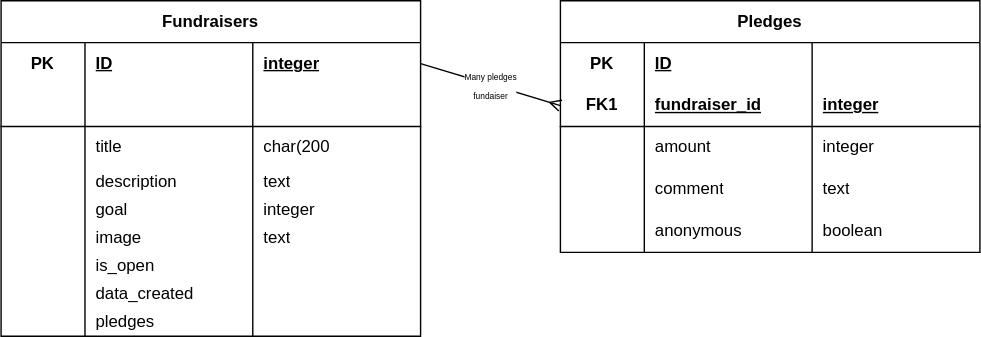
Before: database.drawio.svg, a diagram exported from draw.io (alism3/crowdfunding_backend). Source tidied: cells renumbered, new cells last; positions are measured from the earlier drawing's top-left corner, leaving out a move shared by most shapes.
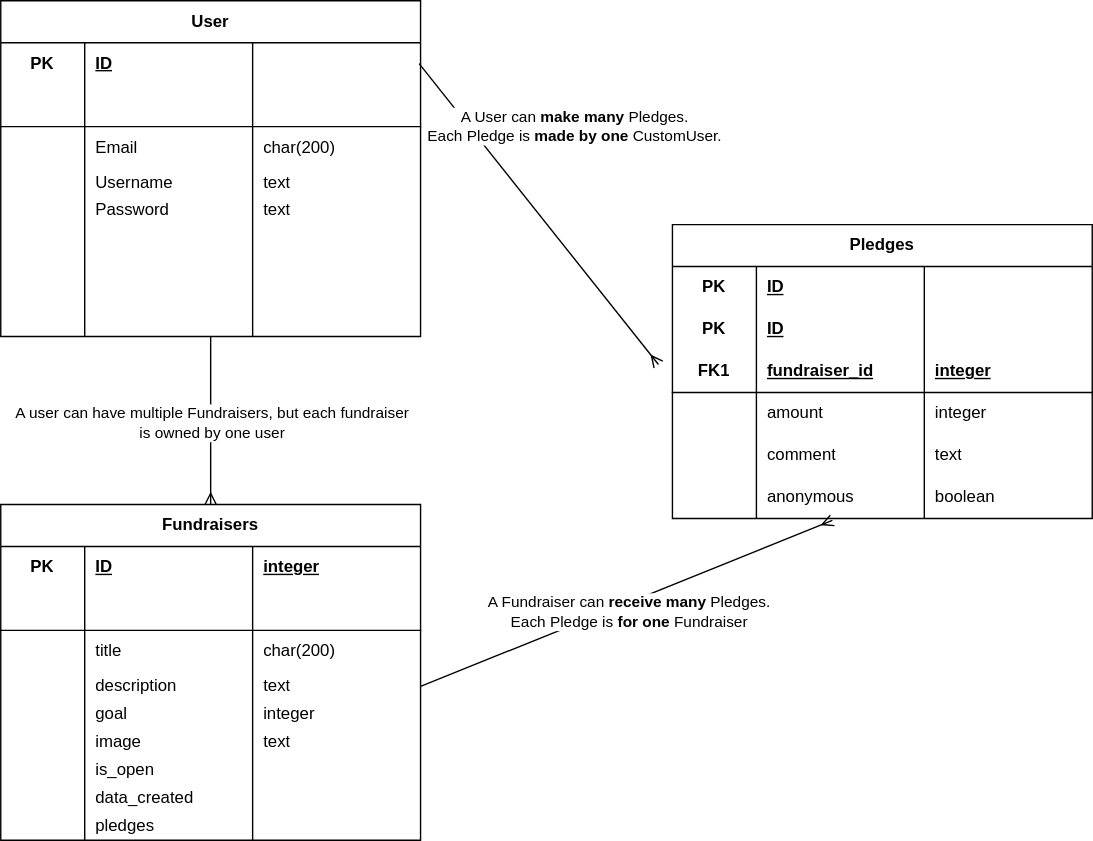
Later version of the same file.

Diff of the diagram source:
```diff
@@ -4,3 +4,3 @@
     <mxCell id="1" parent="0" />
-    <mxCell id="2" value="Fundraisers" style="shape=table;startSize=30;rowLines=0;fontStyle=1;align=center;html=1;whiteSpace=wrap;" parent="1" vertex="1">
+    <mxCell id="2" value="User" style="shape=table;startSize=30;rowLines=0;fontStyle=1;align=center;html=1;whiteSpace=wrap;" parent="1" vertex="1">
       <mxGeometry width="300" height="240" as="geometry" />
@@ -16,3 +16,3 @@
     </mxCell>
-    <mxCell id="6" value="integer" style="shape=partialRectangle;fillColor=none;top=0;left=0;bottom=0;right=0;align=left;spacingLeft=6;fontStyle=5;overflow=hidden;html=1;whiteSpace=wrap;" parent="3" vertex="1">
+    <mxCell id="6" style="shape=partialRectangle;fillColor=none;top=0;left=0;bottom=0;right=0;align=left;spacingLeft=6;fontStyle=5;overflow=hidden;html=1;whiteSpace=wrap;" parent="3" vertex="1">
       <mxGeometry x="180" width="120" height="30" as="geometry" />
@@ -37,6 +37,6 @@
     </mxCell>
-    <mxCell id="13" value="title" style="shape=partialRectangle;fillColor=none;top=0;left=0;bottom=0;right=0;align=left;spacingLeft=6;overflow=hidden;html=1;whiteSpace=wrap;" parent="11" vertex="1">
+    <mxCell id="13" value="Email" style="shape=partialRectangle;fillColor=none;top=0;left=0;bottom=0;right=0;align=left;spacingLeft=6;overflow=hidden;html=1;whiteSpace=wrap;" parent="11" vertex="1">
       <mxGeometry x="60" width="120" height="30" as="geometry" />
     </mxCell>
-    <mxCell id="14" value="char(200" style="shape=partialRectangle;fillColor=none;top=0;left=0;bottom=0;right=0;align=left;spacingLeft=6;overflow=hidden;html=1;whiteSpace=wrap;" parent="11" vertex="1">
+    <mxCell id="14" value="char(200)" style="shape=partialRectangle;fillColor=none;top=0;left=0;bottom=0;right=0;align=left;spacingLeft=6;overflow=hidden;html=1;whiteSpace=wrap;" parent="11" vertex="1">
       <mxGeometry x="180" width="120" height="30" as="geometry" />
@@ -49,3 +49,3 @@
     </mxCell>
-    <mxCell id="17" value="description" style="shape=partialRectangle;fillColor=none;top=0;left=0;bottom=0;right=0;align=left;spacingLeft=6;overflow=hidden;html=1;whiteSpace=wrap;" parent="15" vertex="1">
+    <mxCell id="17" value="Username" style="shape=partialRectangle;fillColor=none;top=0;left=0;bottom=0;right=0;align=left;spacingLeft=6;overflow=hidden;html=1;whiteSpace=wrap;" parent="15" vertex="1">
       <mxGeometry x="60" width="120" height="20" as="geometry" />
@@ -61,6 +61,6 @@
     </mxCell>
-    <mxCell id="21" value="goal" style="shape=partialRectangle;fillColor=none;top=0;left=0;bottom=0;right=0;align=left;spacingLeft=6;overflow=hidden;html=1;whiteSpace=wrap;" parent="19" vertex="1">
+    <mxCell id="21" value="Password" style="shape=partialRectangle;fillColor=none;top=0;left=0;bottom=0;right=0;align=left;spacingLeft=6;overflow=hidden;html=1;whiteSpace=wrap;" parent="19" vertex="1">
       <mxGeometry x="60" width="120" height="20" as="geometry" />
     </mxCell>
-    <mxCell id="22" value="integer" style="shape=partialRectangle;fillColor=none;top=0;left=0;bottom=0;right=0;align=left;spacingLeft=6;overflow=hidden;html=1;whiteSpace=wrap;" parent="19" vertex="1">
+    <mxCell id="22" value="text" style="shape=partialRectangle;fillColor=none;top=0;left=0;bottom=0;right=0;align=left;spacingLeft=6;overflow=hidden;html=1;whiteSpace=wrap;" parent="19" vertex="1">
       <mxGeometry x="180" width="120" height="20" as="geometry" />
@@ -73,6 +73,6 @@
     </mxCell>
-    <mxCell id="25" value="image" style="shape=partialRectangle;fillColor=none;top=0;left=0;bottom=0;right=0;align=left;spacingLeft=6;overflow=hidden;html=1;whiteSpace=wrap;" parent="23" vertex="1">
+    <mxCell id="25" style="shape=partialRectangle;fillColor=none;top=0;left=0;bottom=0;right=0;align=left;spacingLeft=6;overflow=hidden;html=1;whiteSpace=wrap;" parent="23" vertex="1">
       <mxGeometry x="60" width="120" height="20" as="geometry" />
     </mxCell>
-    <mxCell id="26" value="text" style="shape=partialRectangle;fillColor=none;top=0;left=0;bottom=0;right=0;align=left;spacingLeft=6;overflow=hidden;html=1;whiteSpace=wrap;" parent="23" vertex="1">
+    <mxCell id="26" style="shape=partialRectangle;fillColor=none;top=0;left=0;bottom=0;right=0;align=left;spacingLeft=6;overflow=hidden;html=1;whiteSpace=wrap;" parent="23" vertex="1">
       <mxGeometry x="180" width="120" height="20" as="geometry" />
@@ -85,3 +85,3 @@
     </mxCell>
-    <mxCell id="29" value="is_open" style="shape=partialRectangle;fillColor=none;top=0;left=0;bottom=0;right=0;align=left;spacingLeft=6;overflow=hidden;html=1;whiteSpace=wrap;" parent="27" vertex="1">
+    <mxCell id="29" style="shape=partialRectangle;fillColor=none;top=0;left=0;bottom=0;right=0;align=left;spacingLeft=6;overflow=hidden;html=1;whiteSpace=wrap;" parent="27" vertex="1">
       <mxGeometry x="60" width="120" height="20" as="geometry" />
@@ -97,3 +97,3 @@
     </mxCell>
-    <mxCell id="33" value="data_created" style="shape=partialRectangle;fillColor=none;top=0;left=0;bottom=0;right=0;align=left;spacingLeft=6;overflow=hidden;html=1;whiteSpace=wrap;" parent="31" vertex="1">
+    <mxCell id="33" style="shape=partialRectangle;fillColor=none;top=0;left=0;bottom=0;right=0;align=left;spacingLeft=6;overflow=hidden;html=1;whiteSpace=wrap;" parent="31" vertex="1">
       <mxGeometry x="60" width="120" height="20" as="geometry" />
@@ -109,3 +109,3 @@
     </mxCell>
-    <mxCell id="37" value="pledges" style="shape=partialRectangle;fillColor=none;top=0;left=0;bottom=0;right=0;align=left;spacingLeft=6;overflow=hidden;html=1;whiteSpace=wrap;" parent="35" vertex="1">
+    <mxCell id="37" style="shape=partialRectangle;fillColor=none;top=0;left=0;bottom=0;right=0;align=left;spacingLeft=6;overflow=hidden;html=1;whiteSpace=wrap;" parent="35" vertex="1">
       <mxGeometry x="60" width="120" height="20" as="geometry" />
@@ -115,7 +115,150 @@
     </mxCell>
+    <mxCell id="60" value="A User can &lt;strong&gt;make many&lt;/strong&gt; Pledges.&lt;div&gt;&amp;nbsp;Each Pledge is &lt;strong&gt;made by one&lt;/strong&gt; CustomUser.&lt;/div&gt;" style="edgeStyle=none;html=1;exitX=1;exitY=0.5;exitDx=0;exitDy=0;endArrow=ERmany;endFill=0;" parent="1" edge="1">
+      <mxGeometry x="-0.24" y="59" relative="1" as="geometry">
+        <mxPoint x="299" y="45" as="sourcePoint" />
+        <mxPoint x="470" y="260" as="targetPoint" />
+      </mxGeometry>
+    </mxCell>
+    <mxCell id="61" style="edgeStyle=none;html=1;exitX=0.5;exitY=0;exitDx=0;exitDy=0;endArrow=none;endFill=0;startArrow=ERmany;startFill=0;" parent="1" edge="1" source="63" target="35">
+      <mxGeometry relative="1" as="geometry" />
+    </mxCell>
+    <mxCell id="62" value="A user can have multiple Fundraisers, but each fundraiser&lt;div&gt;is owned by one user&lt;/div&gt;" style="edgeLabel;html=1;align=center;verticalAlign=middle;" parent="61" vertex="1">
+      <mxGeometry x="-0.02" relative="1" as="geometry" />
+    </mxCell>
+    <mxCell id="63" value="Fundraisers" style="shape=table;startSize=30;rowLines=0;fontStyle=1;align=center;html=1;whiteSpace=wrap;" parent="1" vertex="1">
+      <mxGeometry y="360" width="300" height="240" as="geometry" />
+    </mxCell>
+    <mxCell id="64" style="shape=tableRow;horizontal=0;startSize=0;swimlaneHead=0;swimlaneBody=0;fillColor=none;top=0;left=0;right=0;bottom=0;html=1;" parent="63" vertex="1">
+      <mxGeometry y="30" width="300" height="30" as="geometry" />
+    </mxCell>
+    <mxCell id="65" value="PK" style="shape=partialRectangle;fillColor=none;top=0;left=0;bottom=0;right=0;fontStyle=1;overflow=hidden;html=1;whiteSpace=wrap;" parent="64" vertex="1">
+      <mxGeometry width="60" height="30" as="geometry" />
+    </mxCell>
+    <mxCell id="66" value="ID" style="shape=partialRectangle;fillColor=none;top=0;left=0;bottom=0;right=0;align=left;spacingLeft=6;fontStyle=5;overflow=hidden;html=1;whiteSpace=wrap;" parent="64" vertex="1">
+      <mxGeometry x="60" width="120" height="30" as="geometry" />
+    </mxCell>
+    <mxCell id="67" value="integer" style="shape=partialRectangle;fillColor=none;top=0;left=0;bottom=0;right=0;align=left;spacingLeft=6;fontStyle=5;overflow=hidden;html=1;whiteSpace=wrap;" parent="64" vertex="1">
+      <mxGeometry x="180" width="120" height="30" as="geometry" />
+    </mxCell>
+    <mxCell id="68" style="shape=tableRow;horizontal=0;startSize=0;swimlaneHead=0;swimlaneBody=0;fillColor=none;top=0;left=0;right=0;bottom=1;html=1;" parent="63" vertex="1">
+      <mxGeometry y="60" width="300" height="30" as="geometry" />
+    </mxCell>
+    <mxCell id="69" style="shape=partialRectangle;fillColor=none;top=0;left=0;bottom=0;right=0;fontStyle=1;overflow=hidden;html=1;whiteSpace=wrap;" parent="68" vertex="1">
+      <mxGeometry width="60" height="30" as="geometry" />
+    </mxCell>
+    <mxCell id="70" style="shape=partialRectangle;fillColor=none;top=0;left=0;bottom=0;right=0;align=left;spacingLeft=6;fontStyle=5;overflow=hidden;html=1;whiteSpace=wrap;" parent="68" vertex="1">
+      <mxGeometry x="60" width="120" height="30" as="geometry" />
+    </mxCell>
+    <mxCell id="71" style="shape=partialRectangle;fillColor=none;top=0;left=0;bottom=0;right=0;align=left;spacingLeft=6;fontStyle=5;overflow=hidden;html=1;whiteSpace=wrap;" parent="68" vertex="1">
+      <mxGeometry x="180" width="120" height="30" as="geometry" />
+    </mxCell>
+    <mxCell id="72" style="shape=tableRow;horizontal=0;startSize=0;swimlaneHead=0;swimlaneBody=0;fillColor=none;top=0;left=0;right=0;bottom=0;html=1;" parent="63" vertex="1">
+      <mxGeometry y="90" width="300" height="30" as="geometry" />
+    </mxCell>
+    <mxCell id="73" style="shape=partialRectangle;fillColor=none;top=0;left=0;bottom=0;right=0;overflow=hidden;html=1;whiteSpace=wrap;" parent="72" vertex="1">
+      <mxGeometry width="60" height="30" as="geometry" />
+    </mxCell>
+    <mxCell id="74" value="title" style="shape=partialRectangle;fillColor=none;top=0;left=0;bottom=0;right=0;align=left;spacingLeft=6;overflow=hidden;html=1;whiteSpace=wrap;" parent="72" vertex="1">
+      <mxGeometry x="60" width="120" height="30" as="geometry" />
+    </mxCell>
+    <mxCell id="75" value="char(200)" style="shape=partialRectangle;fillColor=none;top=0;left=0;bottom=0;right=0;align=left;spacingLeft=6;overflow=hidden;html=1;whiteSpace=wrap;" parent="72" vertex="1">
+      <mxGeometry x="180" width="120" height="30" as="geometry" />
+    </mxCell>
+    <mxCell id="76" style="shape=tableRow;horizontal=0;startSize=0;swimlaneHead=0;swimlaneBody=0;fillColor=none;points=[[0,0.5],[1,0.5]];portConstraint=eastwest;top=0;left=0;right=0;bottom=0;html=1;" parent="63" vertex="1">
+      <mxGeometry y="120" width="300" height="20" as="geometry" />
+    </mxCell>
+    <mxCell id="77" style="shape=partialRectangle;fillColor=none;top=0;left=0;bottom=0;right=0;overflow=hidden;html=1;whiteSpace=wrap;" parent="76" vertex="1">
+      <mxGeometry width="60" height="20" as="geometry" />
+    </mxCell>
+    <mxCell id="78" value="description" style="shape=partialRectangle;fillColor=none;top=0;left=0;bottom=0;right=0;align=left;spacingLeft=6;overflow=hidden;html=1;whiteSpace=wrap;" parent="76" vertex="1">
+      <mxGeometry x="60" width="120" height="20" as="geometry" />
+    </mxCell>
+    <mxCell id="79" value="text" style="shape=partialRectangle;fillColor=none;top=0;left=0;bottom=0;right=0;align=left;spacingLeft=6;overflow=hidden;html=1;whiteSpace=wrap;" parent="76" vertex="1">
+      <mxGeometry x="180" width="120" height="20" as="geometry" />
+    </mxCell>
+    <mxCell id="80" style="shape=tableRow;horizontal=0;startSize=0;swimlaneHead=0;swimlaneBody=0;fillColor=none;top=0;left=0;right=0;bottom=0;html=1;" parent="63" vertex="1">
+      <mxGeometry y="140" width="300" height="20" as="geometry" />
+    </mxCell>
+    <mxCell id="81" style="shape=partialRectangle;fillColor=none;top=0;left=0;bottom=0;right=0;overflow=hidden;html=1;whiteSpace=wrap;" parent="80" vertex="1">
+      <mxGeometry width="60" height="20" as="geometry" />
+    </mxCell>
+    <mxCell id="82" value="goal" style="shape=partialRectangle;fillColor=none;top=0;left=0;bottom=0;right=0;align=left;spacingLeft=6;overflow=hidden;html=1;whiteSpace=wrap;" parent="80" vertex="1">
+      <mxGeometry x="60" width="120" height="20" as="geometry" />
+    </mxCell>
+    <mxCell id="83" value="integer" style="shape=partialRectangle;fillColor=none;top=0;left=0;bottom=0;right=0;align=left;spacingLeft=6;overflow=hidden;html=1;whiteSpace=wrap;" parent="80" vertex="1">
+      <mxGeometry x="180" width="120" height="20" as="geometry" />
+    </mxCell>
+    <mxCell id="84" style="shape=tableRow;horizontal=0;startSize=0;swimlaneHead=0;swimlaneBody=0;fillColor=none;top=0;left=0;right=0;bottom=0;html=1;" parent="63" vertex="1">
+      <mxGeometry y="160" width="300" height="20" as="geometry" />
+    </mxCell>
+    <mxCell id="85" style="shape=partialRectangle;fillColor=none;top=0;left=0;bottom=0;right=0;overflow=hidden;html=1;whiteSpace=wrap;" parent="84" vertex="1">
+      <mxGeometry width="60" height="20" as="geometry" />
+    </mxCell>
+    <mxCell id="86" value="image" style="shape=partialRectangle;fillColor=none;top=0;left=0;bottom=0;right=0;align=left;spacingLeft=6;overflow=hidden;html=1;whiteSpace=wrap;" parent="84" vertex="1">
+      <mxGeometry x="60" width="120" height="20" as="geometry" />
+    </mxCell>
+    <mxCell id="87" value="text" style="shape=partialRectangle;fillColor=none;top=0;left=0;bottom=0;right=0;align=left;spacingLeft=6;overflow=hidden;html=1;whiteSpace=wrap;" parent="84" vertex="1">
+      <mxGeometry x="180" width="120" height="20" as="geometry" />
+    </mxCell>
+    <mxCell id="88" style="shape=tableRow;horizontal=0;startSize=0;swimlaneHead=0;swimlaneBody=0;fillColor=none;top=0;left=0;right=0;bottom=0;html=1;" parent="63" vertex="1">
+      <mxGeometry y="180" width="300" height="20" as="geometry" />
+    </mxCell>
+    <mxCell id="89" style="shape=partialRectangle;fillColor=none;top=0;left=0;bottom=0;right=0;overflow=hidden;html=1;whiteSpace=wrap;" parent="88" vertex="1">
+      <mxGeometry width="60" height="20" as="geometry" />
+    </mxCell>
+    <mxCell id="90" value="is_open" style="shape=partialRectangle;fillColor=none;top=0;left=0;bottom=0;right=0;align=left;spacingLeft=6;overflow=hidden;html=1;whiteSpace=wrap;" parent="88" vertex="1">
+      <mxGeometry x="60" width="120" height="20" as="geometry" />
+    </mxCell>
+    <mxCell id="91" style="shape=partialRectangle;fillColor=none;top=0;left=0;bottom=0;right=0;align=left;spacingLeft=6;overflow=hidden;html=1;whiteSpace=wrap;" parent="88" vertex="1">
+      <mxGeometry x="180" width="120" height="20" as="geometry" />
+    </mxCell>
+    <mxCell id="92" style="shape=tableRow;horizontal=0;startSize=0;swimlaneHead=0;swimlaneBody=0;fillColor=none;top=0;left=0;right=0;bottom=0;html=1;" parent="63" vertex="1">
+      <mxGeometry y="200" width="300" height="20" as="geometry" />
+    </mxCell>
+    <mxCell id="93" style="shape=partialRectangle;fillColor=none;top=0;left=0;bottom=0;right=0;overflow=hidden;html=1;whiteSpace=wrap;" parent="92" vertex="1">
+      <mxGeometry width="60" height="20" as="geometry" />
+    </mxCell>
+    <mxCell id="94" value="data_created" style="shape=partialRectangle;fillColor=none;top=0;left=0;bottom=0;right=0;align=left;spacingLeft=6;overflow=hidden;html=1;whiteSpace=wrap;" parent="92" vertex="1">
+      <mxGeometry x="60" width="120" height="20" as="geometry" />
+    </mxCell>
+    <mxCell id="95" style="shape=partialRectangle;fillColor=none;top=0;left=0;bottom=0;right=0;align=left;spacingLeft=6;overflow=hidden;html=1;whiteSpace=wrap;" parent="92" vertex="1">
+      <mxGeometry x="180" width="120" height="20" as="geometry" />
+    </mxCell>
+    <mxCell id="96" style="shape=tableRow;horizontal=0;startSize=0;swimlaneHead=0;swimlaneBody=0;fillColor=none;top=0;left=0;right=0;bottom=0;html=1;" parent="63" vertex="1">
+      <mxGeometry y="220" width="300" height="20" as="geometry" />
+    </mxCell>
+    <mxCell id="97" style="shape=partialRectangle;fillColor=none;top=0;left=0;bottom=0;right=0;overflow=hidden;html=1;whiteSpace=wrap;" parent="96" vertex="1">
+      <mxGeometry width="60" height="20" as="geometry" />
+    </mxCell>
+    <mxCell id="98" value="pledges" style="shape=partialRectangle;fillColor=none;top=0;left=0;bottom=0;right=0;align=left;spacingLeft=6;overflow=hidden;html=1;whiteSpace=wrap;" parent="96" vertex="1">
+      <mxGeometry x="60" width="120" height="20" as="geometry" />
+    </mxCell>
+    <mxCell id="99" style="shape=partialRectangle;fillColor=none;top=0;left=0;bottom=0;right=0;align=left;spacingLeft=6;overflow=hidden;html=1;whiteSpace=wrap;" parent="96" vertex="1">
+      <mxGeometry x="180" width="120" height="20" as="geometry" />
+    </mxCell>
+    <mxCell id="100" style="edgeStyle=none;html=1;exitX=1;exitY=0.5;exitDx=0;exitDy=0;entryX=0.381;entryY=1.046;entryDx=0;entryDy=0;entryPerimeter=0;endArrow=ERmany;endFill=0;" parent="1" edge="1" source="76" target="56">
+      <mxGeometry relative="1" as="geometry" />
+    </mxCell>
+    <mxCell id="101" value="&amp;nbsp;A Fundraiser can &lt;strong&gt;receive many&lt;/strong&gt; Pledges.&lt;div&gt;&amp;nbsp;Each Pledge is &lt;strong&gt;for one&lt;/strong&gt; Fundraiser&lt;/div&gt;" style="edgeLabel;html=1;align=center;verticalAlign=middle;" parent="100" vertex="1">
+      <mxGeometry y="-6" relative="1" as="geometry">
+        <mxPoint x="-1" as="offset" />
+      </mxGeometry>
+    </mxCell>
     <mxCell id="39" value="Pledges" style="shape=table;startSize=30;rowLines=0;fontStyle=1;align=center;html=1;whiteSpace=wrap;" parent="1" vertex="1">
-      <mxGeometry x="400" width="300" height="180" as="geometry" />
+      <mxGeometry x="480" y="160" width="300" height="210" as="geometry" />
     </mxCell>
+    <mxCell id="102" style="shape=tableRow;horizontal=0;startSize=0;swimlaneHead=0;swimlaneBody=0;fillColor=none;top=0;left=0;right=0;bottom=0;html=1;" parent="39" vertex="1">
+      <mxGeometry y="30" width="300" height="30" as="geometry" />
+    </mxCell>
+    <mxCell id="103" value="PK" style="shape=partialRectangle;fillColor=none;top=0;left=0;bottom=0;right=0;fontStyle=1;overflow=hidden;html=1;whiteSpace=wrap;" parent="102" vertex="1">
+      <mxGeometry width="60" height="30" as="geometry" />
+    </mxCell>
+    <mxCell id="104" value="ID" style="shape=partialRectangle;fillColor=none;top=0;left=0;bottom=0;right=0;align=left;spacingLeft=6;fontStyle=5;overflow=hidden;html=1;whiteSpace=wrap;" parent="102" vertex="1">
+      <mxGeometry x="60" width="120" height="30" as="geometry" />
+    </mxCell>
+    <mxCell id="105" style="shape=partialRectangle;fillColor=none;top=0;left=0;bottom=0;right=0;align=left;spacingLeft=6;fontStyle=5;overflow=hidden;html=1;whiteSpace=wrap;" parent="102" vertex="1">
+      <mxGeometry x="180" width="120" height="30" as="geometry" />
+    </mxCell>
     <mxCell id="40" style="shape=tableRow;horizontal=0;startSize=0;swimlaneHead=0;swimlaneBody=0;fillColor=none;top=0;left=0;right=0;bottom=0;html=1;" parent="39" vertex="1">
-      <mxGeometry y="30" width="300" height="30" as="geometry" />
+      <mxGeometry y="60" width="300" height="30" as="geometry" />
     </mxCell>
@@ -131,3 +274,3 @@
     <mxCell id="44" style="shape=tableRow;horizontal=0;startSize=0;swimlaneHead=0;swimlaneBody=0;fillColor=none;points=[[0,0.5],[1,0.5]];portConstraint=eastwest;top=0;left=0;right=0;bottom=1;html=1;" parent="39" vertex="1">
-      <mxGeometry y="60" width="300" height="30" as="geometry" />
+      <mxGeometry y="90" width="300" height="30" as="geometry" />
     </mxCell>
@@ -143,3 +286,3 @@
     <mxCell id="48" style="shape=tableRow;horizontal=0;startSize=0;swimlaneHead=0;swimlaneBody=0;fillColor=none;top=0;left=0;right=0;bottom=0;html=1;" parent="39" vertex="1">
-      <mxGeometry y="90" width="300" height="30" as="geometry" />
+      <mxGeometry y="120" width="300" height="30" as="geometry" />
     </mxCell>
@@ -155,3 +298,3 @@
     <mxCell id="52" style="shape=tableRow;horizontal=0;startSize=0;swimlaneHead=0;swimlaneBody=0;fillColor=none;top=0;left=0;right=0;bottom=0;html=1;" parent="39" vertex="1">
-      <mxGeometry y="120" width="300" height="30" as="geometry" />
+      <mxGeometry y="150" width="300" height="30" as="geometry" />
     </mxCell>
@@ -167,3 +310,3 @@
     <mxCell id="56" style="shape=tableRow;horizontal=0;startSize=0;swimlaneHead=0;swimlaneBody=0;fillColor=none;points=[[0,0.5],[1,0.5]];portConstraint=eastwest;top=0;left=0;right=0;bottom=0;html=1;" parent="39" vertex="1">
-      <mxGeometry y="150" width="300" height="30" as="geometry" />
+      <mxGeometry y="180" width="300" height="30" as="geometry" />
     </mxCell>
@@ -178,5 +321,2 @@
     </mxCell>
-    <mxCell id="60" value="&lt;font style=&quot;font-size: 6px;&quot;&gt;Many pledges&amp;nbsp;&lt;/font&gt;&lt;div&gt;&lt;font style=&quot;font-size: 6px;&quot;&gt;fundaiser&lt;/font&gt;&lt;/div&gt;" style="edgeStyle=none;html=1;exitX=1;exitY=0.5;exitDx=0;exitDy=0;entryX=0;entryY=0.5;entryDx=0;entryDy=0;endArrow=ERmany;endFill=0;" parent="1" edge="1" source="3" target="44">
-      <mxGeometry relative="1" as="geometry" />
-    </mxCell>
   </root>
```
